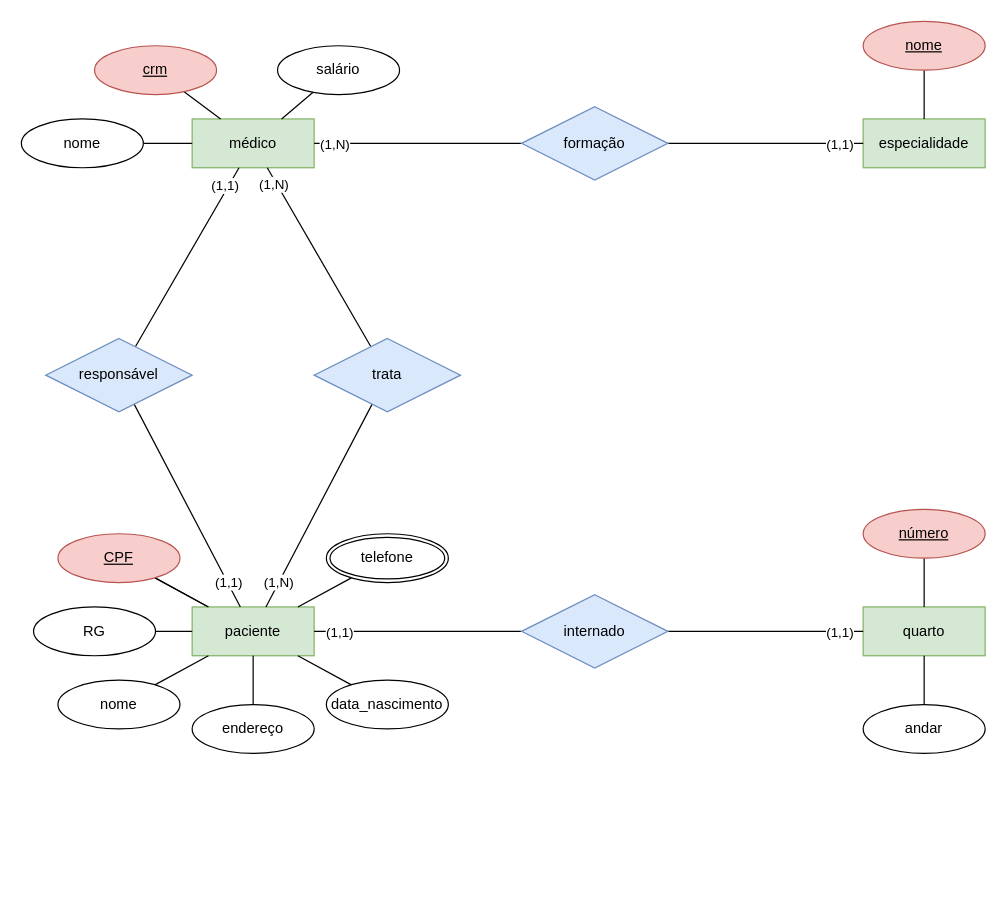
Above: aula2-minimundo-clínica.drawio in AristoEinstein/db-fundamentals (draw.io), before the change. Source tidied: cells renumbered, new cells numbered last; positions are measured from the earlier drawing's top-left corner, leaving out a move shared by most shapes. Both pictures are drawn from the tidied source at 122%, with x=0, y=0 at pixel (21, 21).
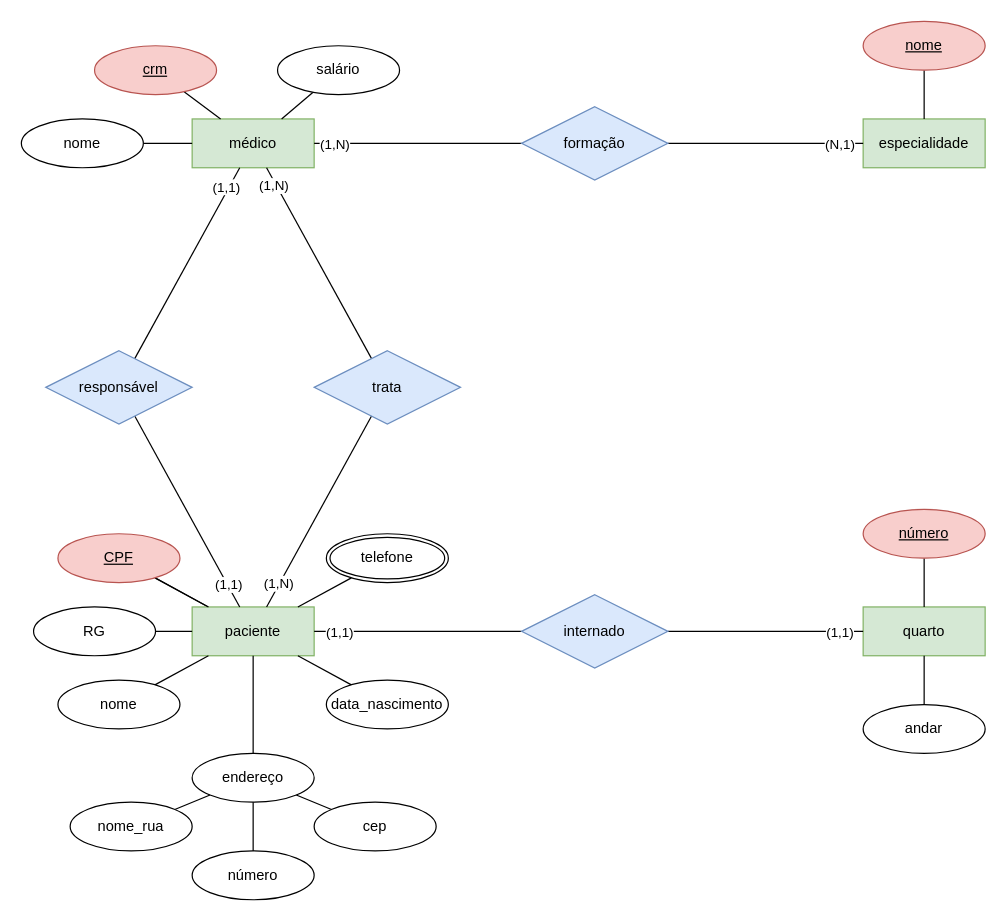
Above is the later version.

Unchanged cells that the change refers to:
```xml
<mxCell id="31" style="edgeStyle=none;rounded=0;jettySize=auto;html=1;endArrow=none;endFill=0;" parent="1" edge="1" source="33" target="3">
  <mxGeometry relative="1" as="geometry" />
</mxCell>
```

What changed in the source:
```diff
@@
     <mxCell id="18" value="endereço" style="ellipse;whiteSpace=wrap;html=1;align=center;" parent="1" vertex="1">
-      <mxGeometry x="140" y="560" width="100" height="40" as="geometry" />
+      <mxGeometry x="140" y="600" width="100" height="40" as="geometry" />
     </mxCell>
@@
-    <mxCell id="32" value="(1,1)" style="edgeLabel;html=1;align=center;verticalAlign=middle;" parent="31" vertex="1">
+    <mxCell id="32" value="(N,1)" style="edgeLabel;html=1;align=center;verticalAlign=middle;" parent="31" vertex="1">
       <mxGeometry x="0.81" relative="1" as="geometry">
         <mxPoint x="-5" as="offset" />
       </mxGeometry>
     </mxCell>
@@
     <mxCell id="38" value="trata" style="shape=rhombus;perimeter=rhombusPerimeter;whiteSpace=wrap;html=1;align=center;fillColor=#dae8fc;strokeColor=#6c8ebf;" parent="1" vertex="1">
-      <mxGeometry x="240" y="260" width="120" height="60" as="geometry" />
+      <mxGeometry x="240" y="270" width="120" height="60" as="geometry" />
     </mxCell>
@@
     <mxCell id="50" value="responsável" style="shape=rhombus;perimeter=rhombusPerimeter;whiteSpace=wrap;html=1;align=center;fillColor=#dae8fc;strokeColor=#6c8ebf;" parent="1" vertex="1">
-      <mxGeometry x="20" y="260" width="120" height="60" as="geometry" />
+      <mxGeometry x="20" y="270" width="120" height="60" as="geometry" />
     </mxCell>
+    <mxCell id="51" style="edgeStyle=none;rounded=0;jettySize=auto;html=1;endArrow=none;endFill=0;" parent="1" edge="1" source="52" target="18">
+      <mxGeometry relative="1" as="geometry" />
+    </mxCell>
+    <mxCell id="52" value="nome_rua" style="ellipse;whiteSpace=wrap;html=1;align=center;" parent="1" vertex="1">
+      <mxGeometry x="40" y="640" width="100" height="40" as="geometry" />
+    </mxCell>
+    <mxCell id="53" style="edgeStyle=none;rounded=0;jettySize=auto;html=1;endArrow=none;endFill=0;" parent="1" edge="1" source="54" target="18">
+      <mxGeometry relative="1" as="geometry" />
+    </mxCell>
+    <mxCell id="54" value="número" style="ellipse;whiteSpace=wrap;html=1;align=center;" parent="1" vertex="1">
+      <mxGeometry x="140" y="680" width="100" height="40" as="geometry" />
+    </mxCell>
+    <mxCell id="55" style="edgeStyle=none;rounded=0;jettySize=auto;html=1;endArrow=none;endFill=0;" parent="1" edge="1" source="56" target="18">
+      <mxGeometry relative="1" as="geometry" />
+    </mxCell>
+    <mxCell id="56" value="cep" style="ellipse;whiteSpace=wrap;html=1;align=center;" parent="1" vertex="1">
+      <mxGeometry x="240" y="640" width="100" height="40" as="geometry" />
+    </mxCell>
```
